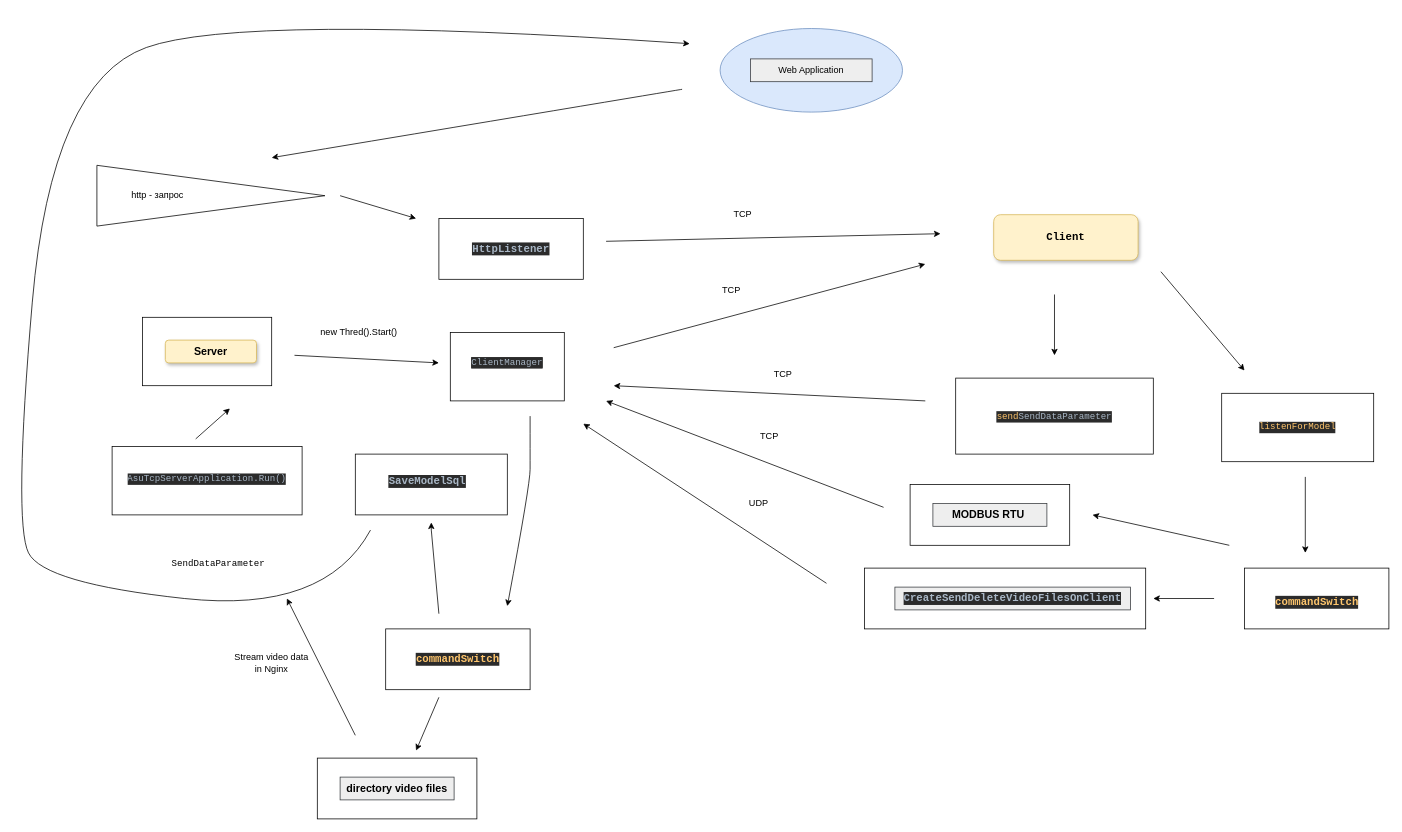
Before: src/main/java/structure_diagram.drawio in seregAnt02/AsuTcpClientrOnJava, a draw.io diagram. Source tidied: cells renumbered, new cells numbered last; positions are measured from the earlier drawing's top-left corner, leaving out a move shared by most shapes. Both pictures are drawn from the tidied source at 76%, with x=0, y=0 at pixel (13, 13).
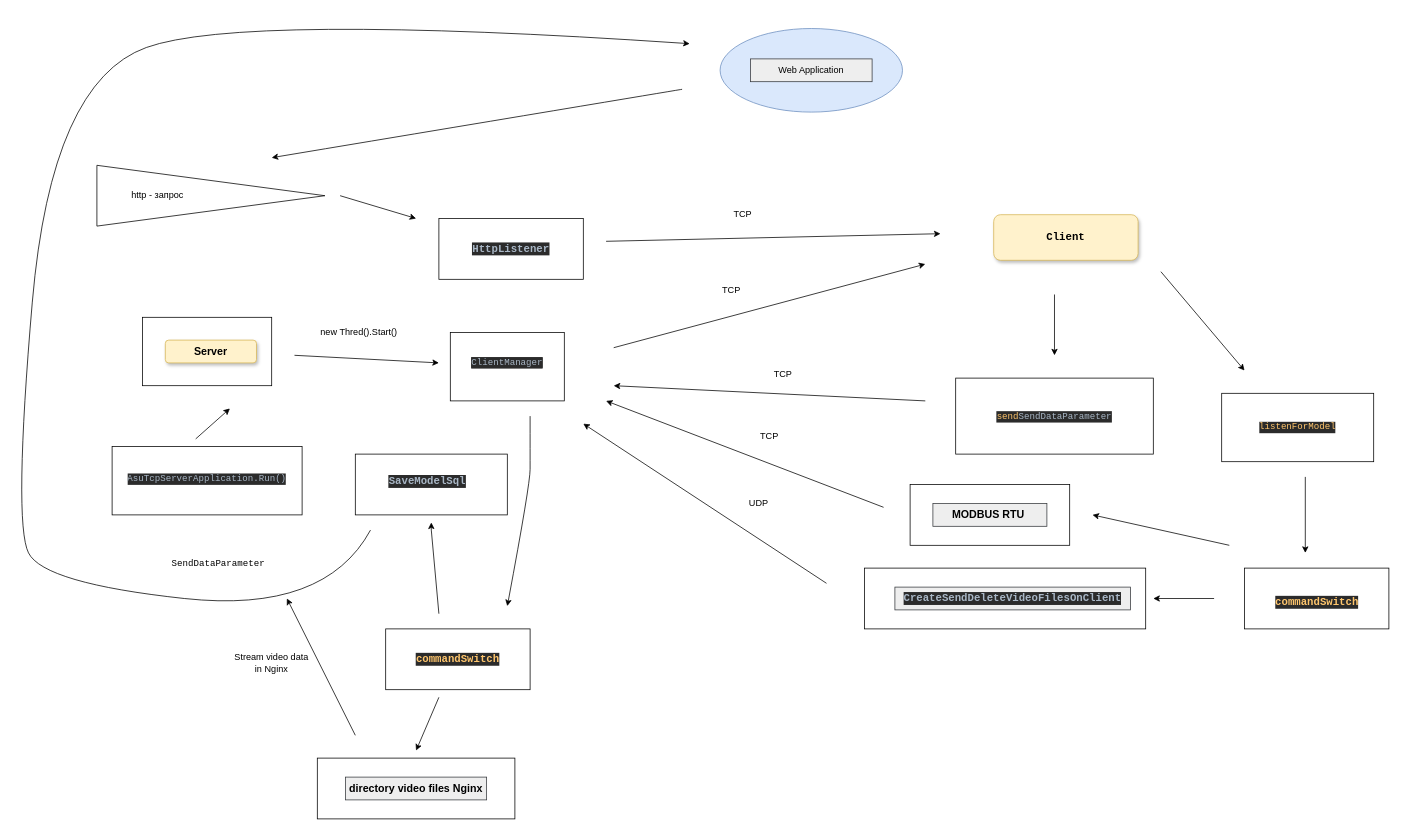
The same diagram, later.

The edit, as a diff of the source:
```diff
@@
     <mxCell id="59" style="group;" parent="1" vertex="1">
-      <mxGeometry x="400" y="980" width="210" height="80" as="geometry" />
+      <mxGeometry x="400" y="980" width="260" height="80" as="geometry" />
     </mxCell>
     <mxCell id="60" style="rounded=0;whiteSpace=wrap;html=1;" parent="59" vertex="1">
-      <mxGeometry width="210" height="80" as="geometry" />
+      <mxGeometry width="260" height="80" as="geometry" />
     </mxCell>
-    <mxCell id="61" value="&lt;h3&gt;directory video files&lt;/h3&gt;" style="text;html=1;align=center;verticalAlign=middle;whiteSpace=wrap;rounded=0;fillColor=#eeeeee;strokeColor=#36393d;" parent="59" vertex="1">
-      <mxGeometry x="30" y="25" width="150" height="30" as="geometry" />
+    <mxCell id="61" value="&lt;h3&gt;directory video files Nginx&lt;/h3&gt;" style="text;html=1;align=center;verticalAlign=middle;whiteSpace=wrap;rounded=0;fillColor=#eeeeee;strokeColor=#36393d;" parent="59" vertex="1">
+      <mxGeometry x="37.1" y="25" width="185.7" height="30" as="geometry" />
     </mxCell>
```
